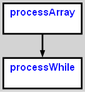
This is cpoCompilerWin/CG.input.txt.dot.png from aveen007/CountingMonkeys, a Graphviz export, as it was before one commit. Its source is kept beside it as cpoCompilerWin/CG.input.txt.dot. Source of this version:
```dot
digraph G {
ordering=out;
ranksep=.4;
bgcolor="lightgrey";  node [shape=box, fixedsize=false, fontsize=12, fontname="Helvetica-bold", fontcolor="blue"
width=.25, height=.25, color="black", fillcolor="white", style="filled, solid, bold"];

edge [arrowsize=.5, color="black", style="bold"]
    n00001252932A34D0 [label="processWhile\n "]
    n00001252932A3550 [label="processArray\n "]
    n00001252932A3550 -> n00001252932A34D0
}
```
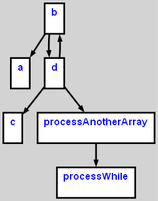
Above is the later version.

The edit, as a diff of the source:
```diff
@@ -5,7 +5,19 @@
 width=.25, height=.25, color="black", fillcolor="white", style="filled, solid, bold"];
 
 edge [arrowsize=.5, color="black", style="bold"]
-    n00001252932A34D0 [label="processWhile\n "]
-    n00001252932A3550 [label="processArray\n "]
-    n00001252932A3550 -> n00001252932A34D0
+    n000011E4978A9C50 [label="b\n "]
+    n000011E4978A9C50 -> n000011E4978AC210
+    n000011E4978AC210 [label="a\n "]
+    n000011E4978A9C50 -> n000011E4978A9D10
+    n000011E4978A9D10 [label="d\n "]
+    n000011E4978A9D10 [label="d\n "]
+    n000011E4978A9D10 -> n000011E4978A9C50
+    n000011E4978A9C50 [label="b\n "]
+    n000011E4978A9D10 -> n000011E4978AC8D0
+    n000011E4978AC8D0 [label="c\n "]
+    n000011E4978A9D10 -> n000011E4978AA590
+    n000011E4978AA590 [label="processAnotherArray\n "]
+    n000011E4978AA590 [label="processAnotherArray\n "]
+    n000011E4978AA590 -> n000011E4978ACC50
+    n000011E4978ACC50 [label="processWhile\n "]
 }
```
